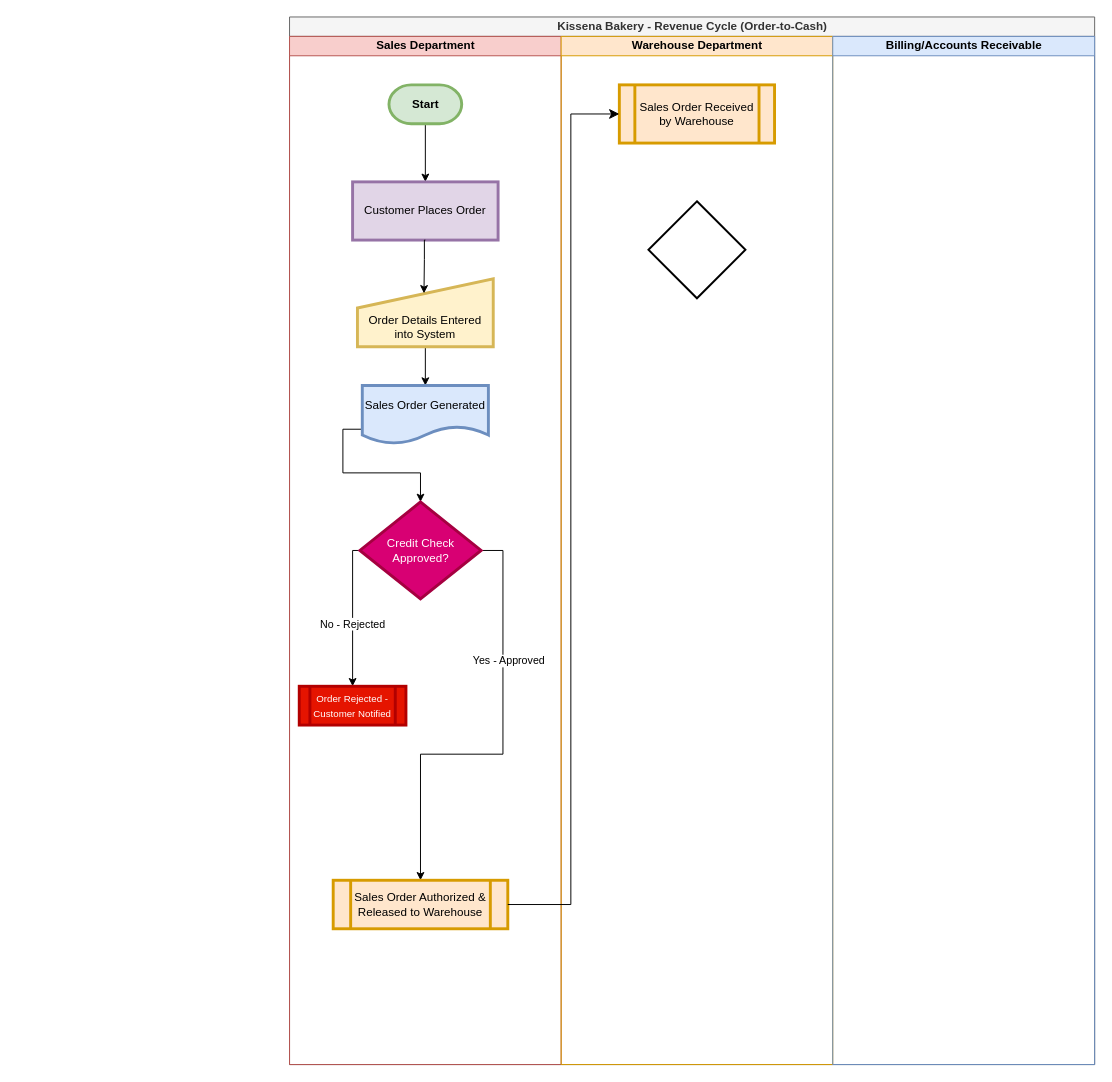
TabeerSajjad0/drawio keeps this draw.io diagram as page "Page 1" (1 of 2) of Revenue_Cycle_Controls.drawio. Above is the earlier version. Source tidied: cells renumbered, new cells numbered last; positions are measured from the earlier drawing's top-left corner, leaving out a move shared by most shapes. Both pictures are drawn from the tidied source at 97%, with x=0, y=0 at pixel (289, 16).
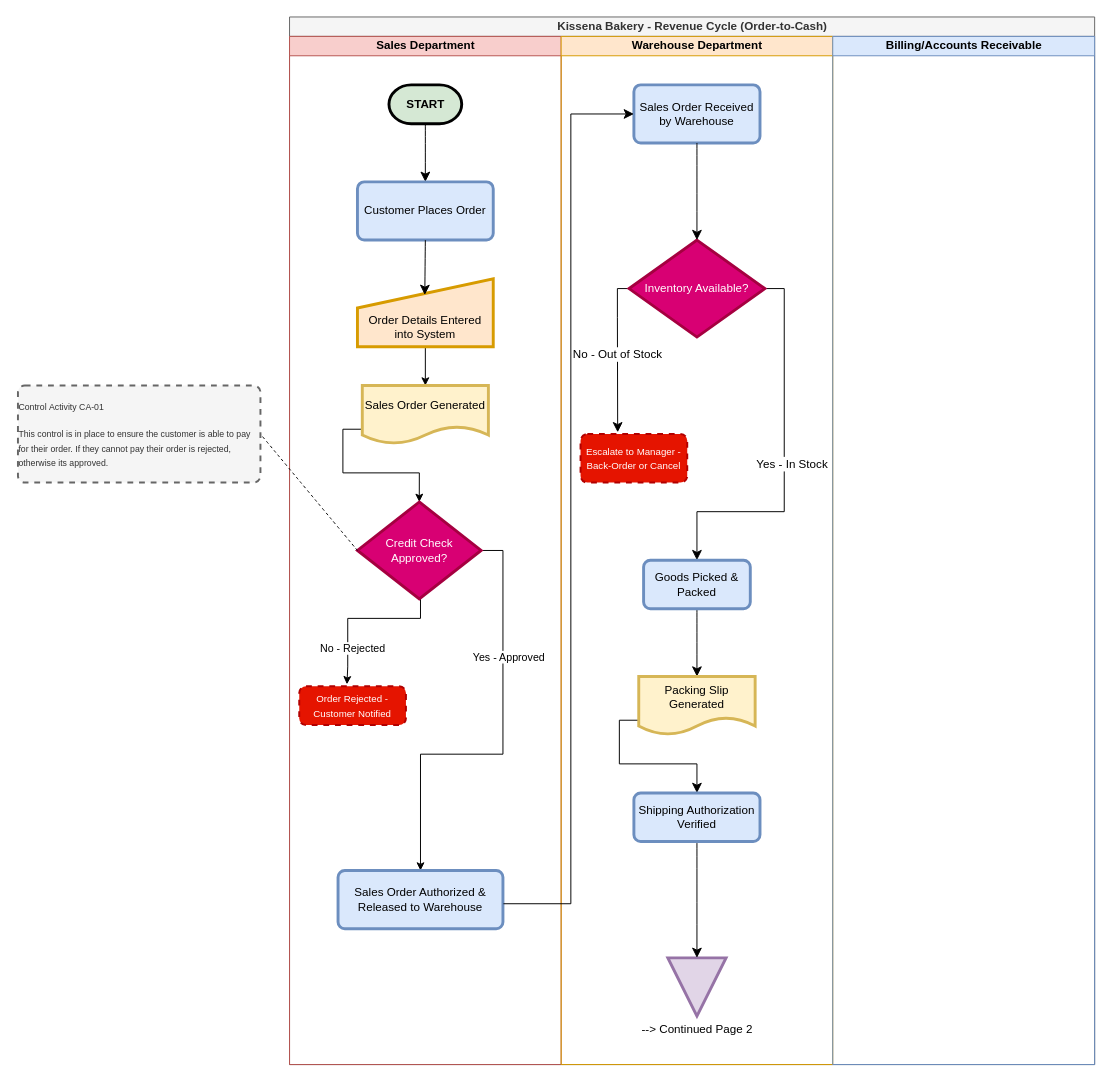
After the change.

Unchanged cells that the change refers to:
```xml
<mxCell id="2" value="Kissena Bakery - Revenue Cycle (Order-to-Cash)" style="swimlane;startSize=20;html=1;fillColor=#f5f5f5;fontColor=#333333;strokeColor=#666666;" parent="1" vertex="1">
  <mxGeometry width="830" height="1080" as="geometry" />
</mxCell>
<mxCell id="3" value="Sales Department" style="swimlane;startSize=20;html=1;fillColor=#f8cecc;strokeColor=#b85450;" parent="2" vertex="1">
  <mxGeometry y="20" width="280" height="1060" as="geometry" />
</mxCell>
<mxCell id="19" value="Warehouse Department" style="swimlane;startSize=20;html=1;fillColor=#ffe6cc;strokeColor=#d79b00;" parent="2" vertex="1">
  <mxGeometry x="280" y="20" width="280" height="1060" as="geometry" />
</mxCell>
```

Change to the diagram source:
```diff
@@
-    <mxCell id="4" style="edgeStyle=orthogonalEdgeStyle;rounded=0;jettySize=auto;html=1;exitX=0.5;exitY=1;exitDx=0;exitDy=0;exitPerimeter=0;entryX=0.5;entryY=0;entryDx=0;entryDy=0;" parent="3" edge="1" source="5" target="6">
+    <mxCell id="4" style="edgeStyle=none;curved=1;rounded=0;jettySize=auto;html=1;exitX=0.5;exitY=1;exitDx=0;exitDy=0;exitPerimeter=0;entryX=0.5;entryY=0;entryDx=0;entryDy=0;fontSize=12;startSize=8;endSize=8;" parent="3" edge="1" source="5" target="6">
       <mxGeometry relative="1" as="geometry" />
     </mxCell>
-    <mxCell id="5" value="Start" style="strokeWidth=3;html=1;shape=mxgraph.flowchart.terminator;whiteSpace=wrap;fontStyle=1;fillColor=#d5e8d4;strokeColor=#82b366;" parent="3" vertex="1">
+    <mxCell id="5" value="START" style="strokeWidth=3;html=1;shape=mxgraph.flowchart.terminator;whiteSpace=wrap;fontStyle=1;fillColor=#d5e8d4;strokeColor=light-dark(#000000, #446e2c);" parent="3" vertex="1">
       <mxGeometry x="102.5" y="50" width="75" height="40" as="geometry" />
     </mxCell>
-    <mxCell id="6" value="Customer Places Order" style="rounded=0;whiteSpace=wrap;html=1;fillColor=#e1d5e7;strokeColor=#9673a6;strokeWidth=3;" parent="3" vertex="1">
-      <mxGeometry x="65" y="150" width="150" height="60" as="geometry" />
-    </mxCell>
@@
-    <mxCell id="8" value="&lt;br&gt;&lt;br&gt;Order Details Entered into System" style="shape=manualInput;whiteSpace=wrap;html=1;fillColor=#fff2cc;strokeColor=#d6b656;strokeWidth=3;" parent="3" vertex="1">
+    <mxCell id="8" value="&lt;br&gt;&lt;br&gt;Order Details Entered into System" style="shape=manualInput;whiteSpace=wrap;html=1;fillColor=#ffe6cc;strokeColor=#d79b00;strokeWidth=3;" parent="3" vertex="1">
       <mxGeometry x="70" y="250" width="140" height="70" as="geometry" />
     </mxCell>
-    <mxCell id="9" style="edgeStyle=orthogonalEdgeStyle;rounded=0;jettySize=auto;html=1;exitX=0.5;exitY=1;exitDx=0;exitDy=0;entryX=0.49;entryY=0.213;entryDx=0;entryDy=0;entryPerimeter=0;" parent="3" edge="1" source="6" target="8">
-      <mxGeometry relative="1" as="geometry">
-        <Array as="points">
-          <mxPoint x="139" y="210" />
-          <mxPoint x="139" y="230" />
-          <mxPoint x="139" y="230" />
-        </Array>
-      </mxGeometry>
-    </mxCell>
@@
-    <mxCell id="11" value="Sales Order Generated" style="shape=document;whiteSpace=wrap;html=1;boundedLbl=1;strokeWidth=3;fillColor=#dae8fc;strokeColor=#6c8ebf;" parent="3" vertex="1">
+    <mxCell id="11" value="Sales Order Generated" style="shape=document;whiteSpace=wrap;html=1;boundedLbl=1;strokeWidth=3;fillColor=#fff2cc;strokeColor=#d6b656;" parent="3" vertex="1">
       <mxGeometry x="75" y="360" width="130" height="60" as="geometry" />
     </mxCell>
-    <mxCell id="12" style="edgeStyle=orthogonalEdgeStyle;rounded=0;jettySize=auto;html=1;entryX=0.5;entryY=0;entryDx=0;entryDy=0;exitX=0;exitY=0.5;exitDx=0;exitDy=0;exitPerimeter=0;" parent="3" edge="1" source="18" target="16">
+    <mxCell id="12" style="edgeStyle=orthogonalEdgeStyle;rounded=0;jettySize=auto;html=1;entryX=0.447;entryY=-0.051;entryDx=0;entryDy=0;exitX=0.5;exitY=1;exitDx=0;exitDy=0;exitPerimeter=0;entryPerimeter=0;" parent="3" edge="1" source="18" target="16">
       <mxGeometry relative="1" as="geometry">
         <Array as="points">
-          <mxPoint x="65" y="530" />
+          <mxPoint x="135" y="600" />
+          <mxPoint x="60" y="600" />
+          <mxPoint x="60" y="650" />
+          <mxPoint x="59" y="650" />
         </Array>
       </mxGeometry>
     </mxCell>
     <mxCell id="13" value="No - Rejected" style="edgeLabel;html=1;align=center;verticalAlign=middle;" parent="12" vertex="1">
       <mxGeometry x="-0.01" y="-1" relative="1" as="geometry">
-        <mxPoint y="10" as="offset" />
+        <mxPoint x="-11" y="31" as="offset" />
       </mxGeometry>
     </mxCell>
@@
+    <mxCell id="18" value="Credit Check Approved?" style="strokeWidth=3;html=1;shape=mxgraph.flowchart.decision;whiteSpace=wrap;fillColor=#d80073;fontColor=#ffffff;strokeColor=#A50040;" parent="3" vertex="1">
+      <mxGeometry x="70" y="480" width="127.5" height="100" as="geometry" />
+    </mxCell>
+    <mxCell id="6" value="Customer Places Order" style="rounded=1;whiteSpace=wrap;html=1;absoluteArcSize=1;arcSize=14;strokeWidth=3;fillColor=#dae8fc;strokeColor=#6c8ebf;" parent="3" vertex="1">
+      <mxGeometry x="70" y="150" width="140" height="60" as="geometry" />
+    </mxCell>
+    <mxCell id="9" style="edgeStyle=none;curved=1;rounded=0;jettySize=auto;html=1;exitX=0.5;exitY=1;exitDx=0;exitDy=0;entryX=0.496;entryY=0.236;entryDx=0;entryDy=0;entryPerimeter=0;fontSize=12;startSize=8;endSize=8;" parent="3" edge="1" source="6" target="8">
+      <mxGeometry relative="1" as="geometry" />
+    </mxCell>
+    <mxCell id="17" value="Sales Order Authorized &amp;amp; Released to Warehouse" style="rounded=1;whiteSpace=wrap;html=1;absoluteArcSize=1;arcSize=14;strokeWidth=3;fillColor=#dae8fc;strokeColor=#6c8ebf;" parent="3" vertex="1">
+      <mxGeometry x="50" y="860" width="170" height="60" as="geometry" />
+    </mxCell>
-    <mxCell id="16" value="&lt;font style=&quot;font-size: 10px;&quot;&gt;Order Rejected - Customer Notified&lt;/font&gt;" style="shape=process;whiteSpace=wrap;html=1;backgroundOutline=1;strokeWidth=3;fillColor=#e51400;strokeColor=#B20000;fontColor=#ffffff;" parent="3" vertex="1">
+    <mxCell id="16" value="&lt;span style=&quot;color: rgb(255, 255, 255); font-size: 10px;&quot;&gt;Order Rejected - Customer Notified&lt;/span&gt;" style="rounded=1;whiteSpace=wrap;html=1;absoluteArcSize=1;arcSize=14;strokeWidth=2;fillColor=#e51400;fontColor=#ffffff;strokeColor=#B20000;dashed=1;" parent="3" vertex="1">
       <mxGeometry x="10" y="670" width="110" height="40" as="geometry" />
     </mxCell>
-    <mxCell id="17" value="Sales Order Authorized &amp;amp; Released to Warehouse" style="shape=process;whiteSpace=wrap;html=1;backgroundOutline=1;fillColor=#ffe6cc;strokeColor=#d79b00;strokeWidth=3;" parent="3" vertex="1">
-      <mxGeometry x="45" y="870" width="180" height="50" as="geometry" />
-    </mxCell>
-    <mxCell id="18" value="Credit Check Approved?" style="strokeWidth=3;html=1;shape=mxgraph.flowchart.decision;whiteSpace=wrap;fillColor=#d80073;fontColor=#ffffff;strokeColor=#A50040;" parent="3" vertex="1">
-      <mxGeometry x="72.5" y="480" width="125" height="100" as="geometry" />
-    </mxCell>
@@
+    <mxCell id="24" value="No - Out of Stock" style="edgeStyle=orthogonalEdgeStyle;rounded=0;jettySize=auto;html=1;exitX=0;exitY=0.5;exitDx=0;exitDy=0;exitPerimeter=0;fontSize=12;startSize=8;endSize=8;entryX=0.348;entryY=-0.037;entryDx=0;entryDy=0;entryPerimeter=0;" parent="19" edge="1" source="21" target="35">
+      <mxGeometry relative="1" as="geometry">
+        <Array as="points">
+          <mxPoint x="58" y="260" />
+          <mxPoint x="58" y="290" />
+          <mxPoint x="58" y="290" />
+        </Array>
+      </mxGeometry>
+    </mxCell>
+    <mxCell id="25" style="edgeStyle=orthogonalEdgeStyle;rounded=0;jettySize=auto;html=1;exitX=1;exitY=0.5;exitDx=0;exitDy=0;exitPerimeter=0;fontSize=12;startSize=8;endSize=8;entryX=0.5;entryY=0;entryDx=0;entryDy=0;" parent="19" edge="1" source="21" target="32">
+      <mxGeometry relative="1" as="geometry">
+        <Array as="points">
+          <mxPoint x="230" y="260" />
+          <mxPoint x="230" y="490" />
+          <mxPoint x="140" y="490" />
+        </Array>
+      </mxGeometry>
+    </mxCell>
+    <mxCell id="26" value="Yes - In Stock" style="edgeLabel;html=1;align=center;verticalAlign=middle;fontSize=12;" parent="25" vertex="1">
+      <mxGeometry x="0.34" relative="1" as="geometry">
+        <mxPoint x="18" y="-50" as="offset" />
+      </mxGeometry>
+    </mxCell>
+    <mxCell id="21" value="Inventory Available?" style="strokeWidth=3;html=1;shape=mxgraph.flowchart.decision;whiteSpace=wrap;fillColor=#d80073;strokeColor=#A50040;fontColor=#ffffff;" parent="19" vertex="1">
+      <mxGeometry x="70" y="210" width="140" height="100" as="geometry" />
+    </mxCell>
+    <mxCell id="27" style="edgeStyle=none;curved=1;rounded=0;jettySize=auto;html=1;exitX=0.5;exitY=1;exitDx=0;exitDy=0;entryX=0.5;entryY=0;entryDx=0;entryDy=0;fontSize=12;startSize=8;endSize=8;" parent="19" edge="1" source="32" target="29">
+      <mxGeometry relative="1" as="geometry" />
+    </mxCell>
+    <mxCell id="28" style="edgeStyle=orthogonalEdgeStyle;rounded=0;jettySize=auto;html=1;exitX=0;exitY=0.75;exitDx=0;exitDy=0;entryX=0.5;entryY=0;entryDx=0;entryDy=0;fontSize=12;startSize=8;endSize=8;" parent="19" edge="1" source="29" target="34">
+      <mxGeometry relative="1" as="geometry" />
+    </mxCell>
+    <mxCell id="29" value="Packing Slip Generated" style="shape=document;whiteSpace=wrap;html=1;boundedLbl=1;fillColor=#fff2cc;strokeColor=#d6b656;strokeWidth=3;" parent="19" vertex="1">
+      <mxGeometry x="80" y="660" width="120" height="60" as="geometry" />
+    </mxCell>
+    <mxCell id="30" value="--&amp;gt; Continued Page 2" style="verticalLabelPosition=bottom;verticalAlign=top;html=1;shape=offPageConnector;rounded=0;size=1;fillColor=#e1d5e7;strokeColor=#9673a6;strokeWidth=3;" parent="19" vertex="1">
+      <mxGeometry x="110" y="950" width="60" height="60" as="geometry" />
+    </mxCell>
-    <mxCell id="20" value="Sales Order Received by Warehouse" style="shape=process;whiteSpace=wrap;html=1;backgroundOutline=1;fillColor=#ffe6cc;strokeColor=#d79b00;strokeWidth=3;" parent="19" vertex="1">
-      <mxGeometry x="60" y="50" width="160" height="60" as="geometry" />
+    <mxCell id="20" value="Sales Order Received by Warehouse" style="rounded=1;whiteSpace=wrap;html=1;absoluteArcSize=1;arcSize=14;strokeWidth=3;fillColor=#dae8fc;strokeColor=#6c8ebf;" parent="19" vertex="1">
+      <mxGeometry x="75" y="50" width="130" height="60" as="geometry" />
     </mxCell>
-    <mxCell id="21" style="strokeWidth=2;html=1;shape=mxgraph.flowchart.decision;whiteSpace=wrap;" parent="19" vertex="1">
-      <mxGeometry x="90" y="170" width="100" height="100" as="geometry" />
-    </mxCell>
+    <mxCell id="31" style="edgeStyle=none;curved=1;rounded=0;jettySize=auto;html=1;exitX=0.5;exitY=1;exitDx=0;exitDy=0;entryX=0.5;entryY=0;entryDx=0;entryDy=0;entryPerimeter=0;fontSize=12;startSize=8;endSize=8;" parent="19" edge="1" source="20" target="21">
+      <mxGeometry relative="1" as="geometry" />
+    </mxCell>
+    <mxCell id="32" value="Goods Picked &amp;amp; Packed" style="rounded=1;whiteSpace=wrap;html=1;absoluteArcSize=1;arcSize=14;strokeWidth=3;fillColor=#dae8fc;strokeColor=#6c8ebf;" parent="19" vertex="1">
+      <mxGeometry x="85" y="540" width="110" height="50" as="geometry" />
+    </mxCell>
+    <mxCell id="33" style="edgeStyle=none;curved=1;rounded=0;jettySize=auto;html=1;exitX=0.5;exitY=1;exitDx=0;exitDy=0;entryX=0.5;entryY=0;entryDx=0;entryDy=0;fontSize=12;startSize=8;endSize=8;" parent="19" edge="1" source="34" target="30">
+      <mxGeometry relative="1" as="geometry" />
+    </mxCell>
+    <mxCell id="34" value="Shipping Authorization Verified" style="rounded=1;whiteSpace=wrap;html=1;absoluteArcSize=1;arcSize=14;strokeWidth=3;fillColor=#dae8fc;strokeColor=#6c8ebf;" parent="19" vertex="1">
+      <mxGeometry x="75" y="780" width="130" height="50" as="geometry" />
+    </mxCell>
+    <mxCell id="35" value="&lt;span style=&quot;color: rgb(255, 255, 255); font-size: 10px;&quot;&gt;Escalate to Manager - Back-Order or Cancel&lt;/span&gt;" style="rounded=1;whiteSpace=wrap;html=1;absoluteArcSize=1;arcSize=14;strokeWidth=2;fillColor=#e51400;fontColor=#ffffff;strokeColor=#B20000;dashed=1;" parent="19" vertex="1">
+      <mxGeometry x="20" y="410" width="110" height="50" as="geometry" />
+    </mxCell>
@@
-    <mxCell id="23" style="edgeStyle=orthogonalEdgeStyle;rounded=0;jettySize=auto;html=1;exitX=1;exitY=0.5;exitDx=0;exitDy=0;entryX=0;entryY=0.5;entryDx=0;entryDy=0;fontSize=12;startSize=8;endSize=8;" parent="2" edge="1" source="17" target="20">
+    <mxCell id="23" style="edgeStyle=orthogonalEdgeStyle;rounded=0;jettySize=auto;html=1;exitX=1.003;exitY=0.57;exitDx=0;exitDy=0;entryX=0;entryY=0.5;entryDx=0;entryDy=0;fontSize=12;startSize=8;endSize=8;exitPerimeter=0;" parent="2" edge="1" source="17" target="20">
       <mxGeometry relative="1" as="geometry">
         <Array as="points">
-          <mxPoint x="290" y="915" />
+          <mxPoint x="290" y="914" />
           <mxPoint x="290" y="100" />
         </Array>
       </mxGeometry>
     </mxCell>
+    <mxCell id="36" style="edgeStyle=none;curved=1;rounded=0;jettySize=auto;html=1;exitX=0;exitY=0.5;exitDx=0;exitDy=0;exitPerimeter=0;entryX=1;entryY=0.5;entryDx=0;entryDy=0;fontSize=12;startSize=8;endSize=8;dashed=1;endArrow=none;endFill=0;" parent="1" edge="1" source="18" target="37">
+      <mxGeometry relative="1" as="geometry" />
+    </mxCell>
+    <mxCell id="37" value="&lt;div style=&quot;text-align: left;&quot;&gt;&lt;font style=&quot;background-color: transparent; color: rgb(51, 51, 51); font-size: 9px;&quot;&gt;Control&lt;/font&gt;&lt;span style=&quot;background-color: transparent; color: rgb(51, 51, 51); font-size: 9px;&quot;&gt;&amp;nbsp;Activity CA-01&lt;/span&gt;&lt;/div&gt;&lt;div style=&quot;text-align: left;&quot;&gt;&lt;font color=&quot;#333333&quot; size=&quot;1&quot;&gt;&lt;br&gt;&lt;/font&gt;&lt;/div&gt;&lt;div style=&quot;text-align: left;&quot;&gt;&lt;span style=&quot;color: light-dark(rgb(51, 51, 51), rgb(193, 193, 193)); font-size: 9px; background-color: transparent;&quot;&gt;This control is in place to ensure the customer is able to pay for their order. If they cannot pay their order is rejected, otherwise its approved.&lt;/span&gt;&lt;/div&gt;" style="rounded=1;whiteSpace=wrap;html=1;absoluteArcSize=1;arcSize=14;strokeWidth=2;fillColor=#f5f5f5;fontColor=#333333;strokeColor=#666666;dashed=1;" parent="1" vertex="1">
+      <mxGeometry x="-280" y="380" width="250" height="100" as="geometry" />
+    </mxCell>
```
